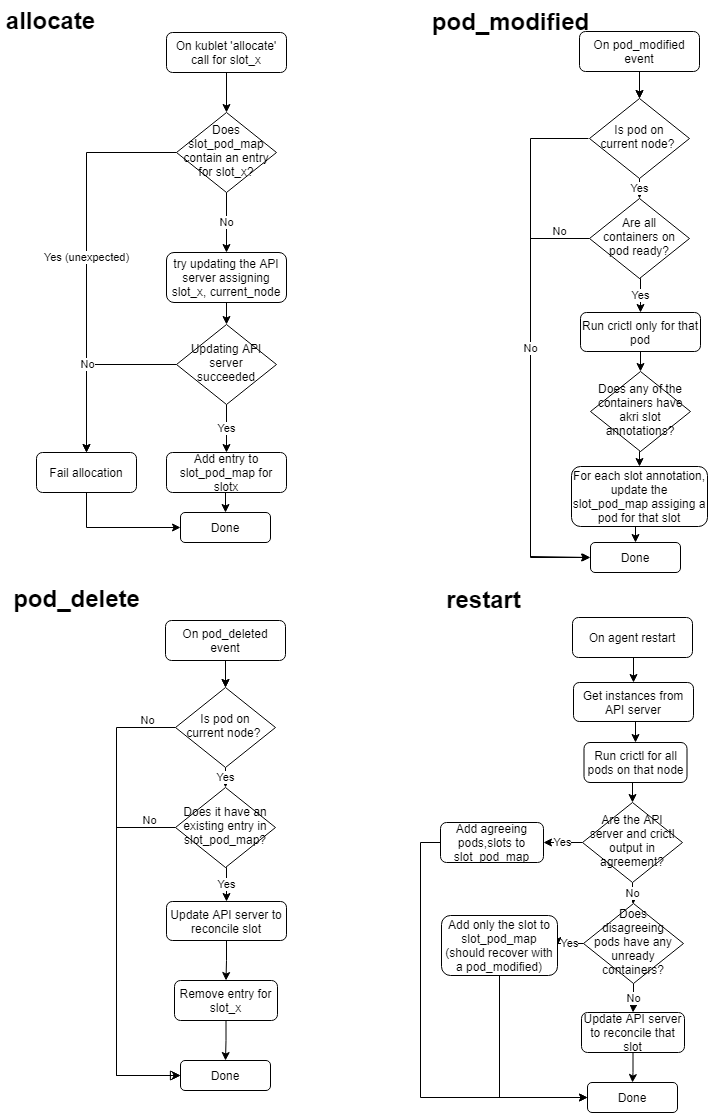
Earlier version of the draw.io export akri_slot_reconciliation_algorithm_proposed.png (romoh/playground). Source tidied: cells renumbered, new cells last; positions are measured from the earlier drawing's top-left corner, leaving out a move shared by most shapes.
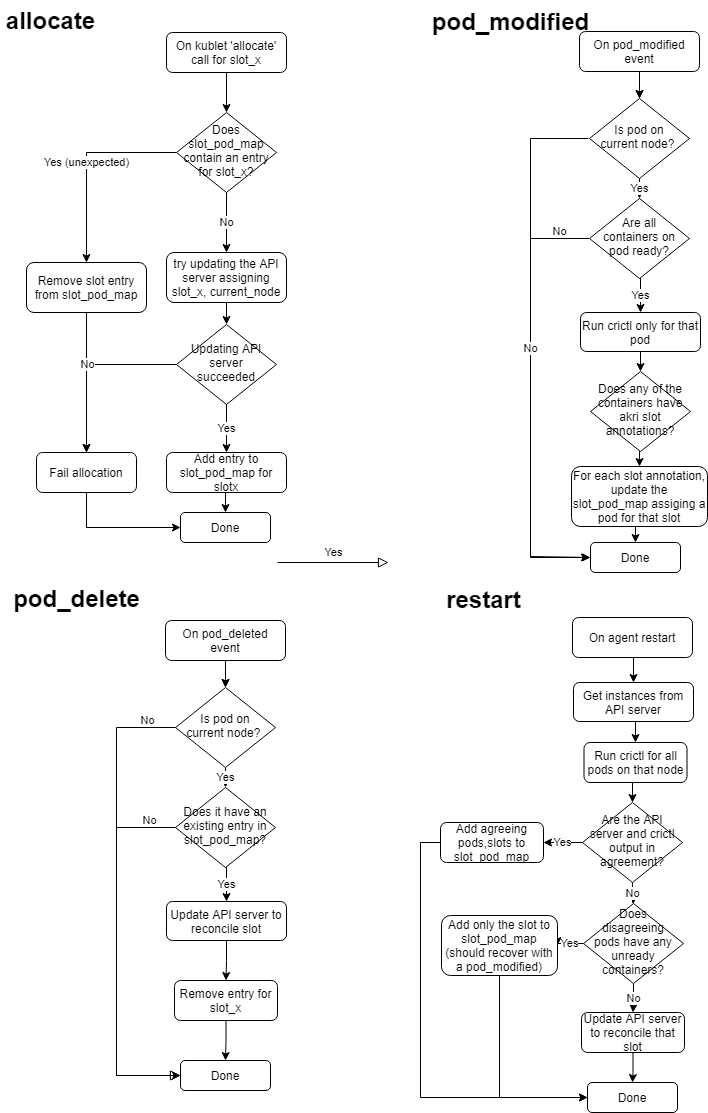
After the change.

Diff of the diagram source:
```diff
@@ -11,12 +11,13 @@
     <mxCell id="4" value="On kublet 'allocate' call for slot_x" style="rounded=1;whiteSpace=wrap;html=1;fontSize=12;glass=0;strokeWidth=1;shadow=0;" parent="1" vertex="1">
       <mxGeometry x="166" y="32" width="120" height="40" as="geometry" />
     </mxCell>
-    <mxCell id="5" value="Yes" style="edgeStyle=orthogonalEdgeStyle;rounded=0;html=1;jettySize=auto;fontSize=11;endArrow=block;endFill=0;endSize=8;strokeWidth=1;shadow=0;labelBackgroundColor=none;entryX=0;entryY=0.5;entryDx=0;entryDy=0;" parent="1" edge="1" target="x">
+    <mxCell id="5" value="Yes" style="edgeStyle=orthogonalEdgeStyle;rounded=0;html=1;jettySize=auto;orthogonalLoop=1;fontSize=11;endArrow=block;endFill=0;endSize=8;strokeWidth=1;shadow=0;labelBackgroundColor=none;entryX=0;entryY=0.5;entryDx=0;entryDy=0;" parent="1" edge="1">
       <mxGeometry y="10" relative="1" as="geometry">
         <mxPoint x="277" y="562" as="sourcePoint" />
+        <mxPoint x="388" y="562" as="targetPoint" />
       </mxGeometry>
     </mxCell>
-    <mxCell id="6" value="Yes (unexpected)" style="edgeStyle=orthogonalEdgeStyle;rounded=0;jettySize=auto;html=1;exitX=0;exitY=0.5;exitDx=0;exitDy=0;" parent="1" edge="1" source="7" target="15">
+    <mxCell id="6" style="edgeStyle=orthogonalEdgeStyle;rounded=0;jettySize=auto;html=1;exitX=0.5;exitY=1;exitDx=0;exitDy=0;" parent="1" edge="1" source="71" target="15">
       <mxGeometry relative="1" as="geometry" />
     </mxCell>
     <mxCell id="7" value="Does slot_pod_map contain an entry for slot_x?" style="rhombus;whiteSpace=wrap;html=1;shadow=0;fontFamily=Helvetica;fontSize=12;align=center;strokeWidth=1;spacing=6;spacingTop=-4;" parent="1" vertex="1">
@@ -243,5 +244,11 @@
     <mxCell id="70" value="Add only the slot to slot_pod_map&lt;br&gt;(should recover with a pod_modified)" style="rounded=1;whiteSpace=wrap;html=1;fontSize=12;glass=0;strokeWidth=1;shadow=0;" parent="1" vertex="1">
       <mxGeometry x="441" y="915" width="116" height="60" as="geometry" />
     </mxCell>
+    <mxCell id="71" value="Remove slot entry from slot_pod_map" style="rounded=1;whiteSpace=wrap;html=1;fontSize=12;glass=0;strokeWidth=1;shadow=0;" parent="1" vertex="1">
+      <mxGeometry x="26" y="262" width="120" height="50" as="geometry" />
+    </mxCell>
+    <mxCell id="72" value="Yes (unexpected)" style="edgeStyle=orthogonalEdgeStyle;rounded=0;jettySize=auto;html=1;exitX=0;exitY=0.5;exitDx=0;exitDy=0;" parent="1" edge="1" source="7" target="71">
+      <mxGeometry relative="1" as="geometry" />
+    </mxCell>
   </root>
 </mxGraphModel>
```
